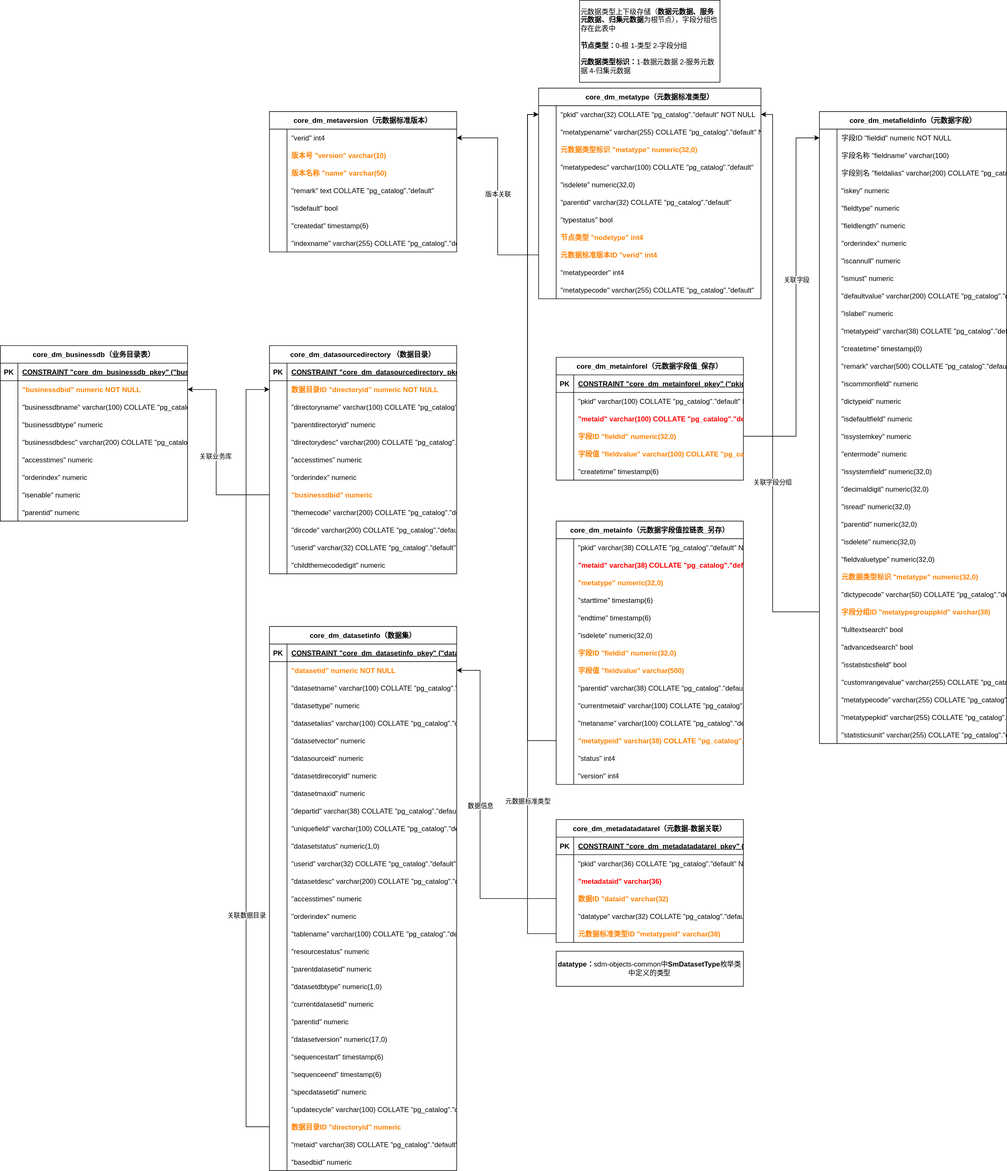
This is 库管元数据管理逻辑.drawio.svg from 1551355013/draw.io, a draw.io export, as it was before one commit. Source tidied: cells renumbered, new cells last; positions are measured from the earlier drawing's top-left corner, leaving out a move shared by most shapes.
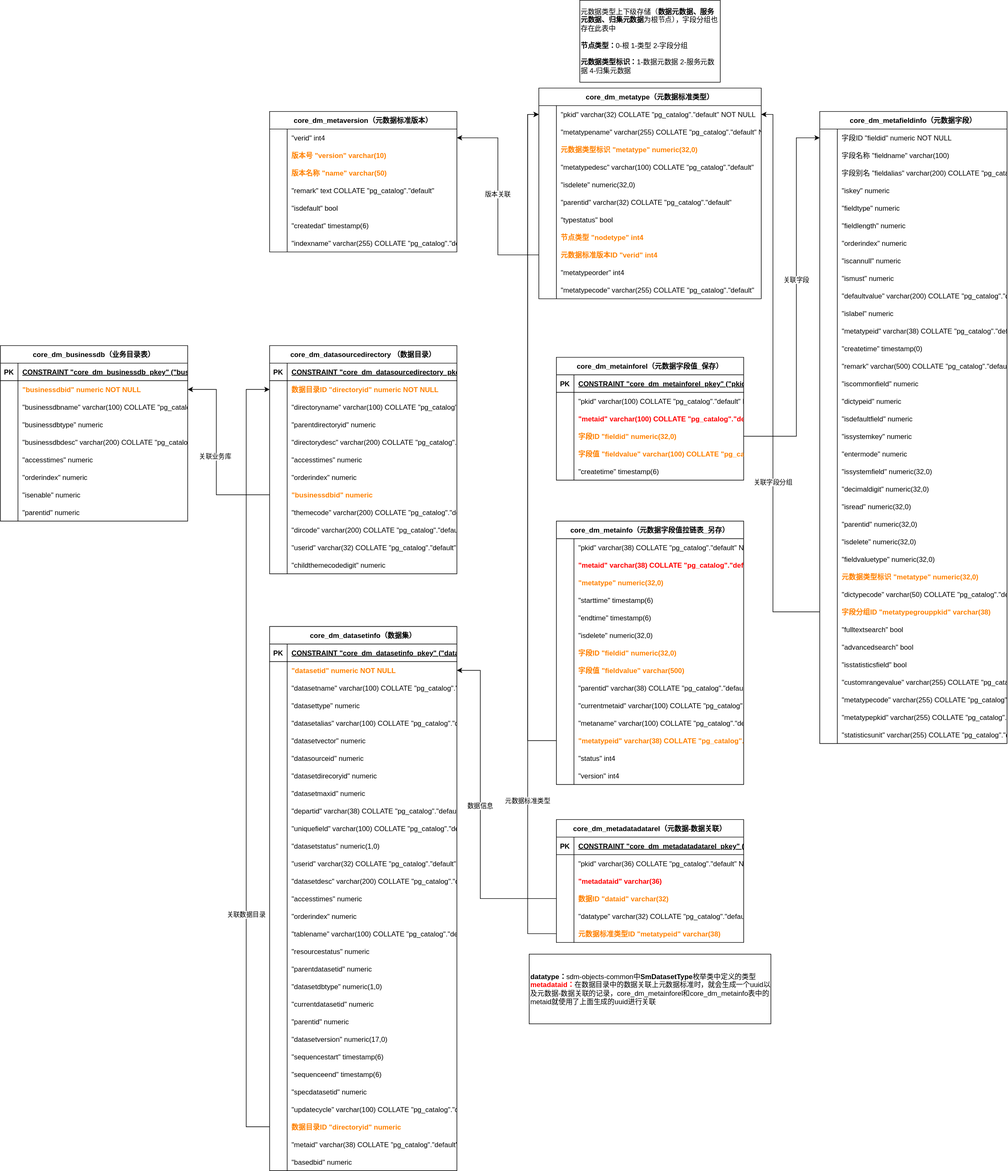
The same file after the commit.

Commit message:
更新库管元数据管理逻辑.drawio.svg

Change to the diagram source:
```diff
@@ -1052,8 +1052,8 @@
     <mxCell id="346" value="元数据标准类型ID &quot;metatypeid&quot; varchar(38)" style="shape=partialRectangle;overflow=hidden;fillColor=none;align=left;strokeColor=inherit;top=0;left=0;bottom=0;right=0;spacingLeft=6;fontStyle=1;fontColor=#FF8000;" parent="344" vertex="1">
       <mxGeometry x="30" width="290" height="30" as="geometry" />
     </mxCell>
-    <mxCell id="347" value="&lt;b&gt;datatype：&lt;/b&gt;sdm-objects-common中&lt;b&gt;SmDatasetType&lt;/b&gt;枚举类中定义的类型" style="rounded=0;whiteSpace=wrap;html=1;" parent="1" vertex="1">
-      <mxGeometry x="950" y="1625" width="320" height="60" as="geometry" />
+    <mxCell id="347" value="&lt;b&gt;datatype：&lt;/b&gt;sdm-objects-common中&lt;b&gt;SmDatasetType&lt;/b&gt;枚举类中定义的类型&lt;br&gt;&lt;b&gt;&lt;font color=&quot;#ff0000&quot;&gt;metadataid：&lt;/font&gt;&lt;/b&gt;在数据目录中的数据关联上元数据标准时，就会生成一个uuid以及元数据-数据关联的记录，core_dm_metainforel和core_dm_metainfo表中的metaid就使用了上面生成的uuid进行关联" style="rounded=0;whiteSpace=wrap;html=1;align=left;" parent="1" vertex="1">
+      <mxGeometry x="903.5" y="1630" width="413" height="119" as="geometry" />
     </mxCell>
     <mxCell id="348" style="edgeStyle=orthogonalEdgeStyle;rounded=0;jettySize=auto;html=1;entryX=1;entryY=0.5;entryDx=0;entryDy=0;exitX=0;exitY=0.5;exitDx=0;exitDy=0;" parent="1" edge="1" source="338" target="239">
       <mxGeometry relative="1" as="geometry">
```
